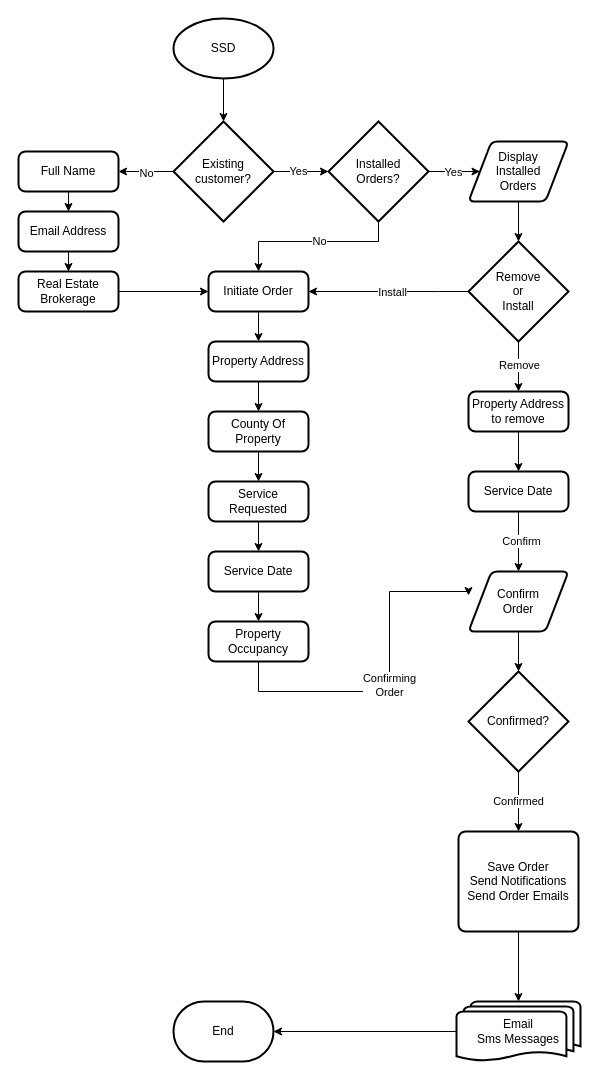
This is ssd.automated.sms.drawio from mjsterli/ssd, a draw.io file, before an edit. Source tidied: cells renumbered, new cells numbered last; positions are measured from the earlier drawing's top-left corner, leaving out a move shared by most shapes. Both pictures are drawn from the tidied source at 100%, with x=0, y=0 at pixel (18, 18).
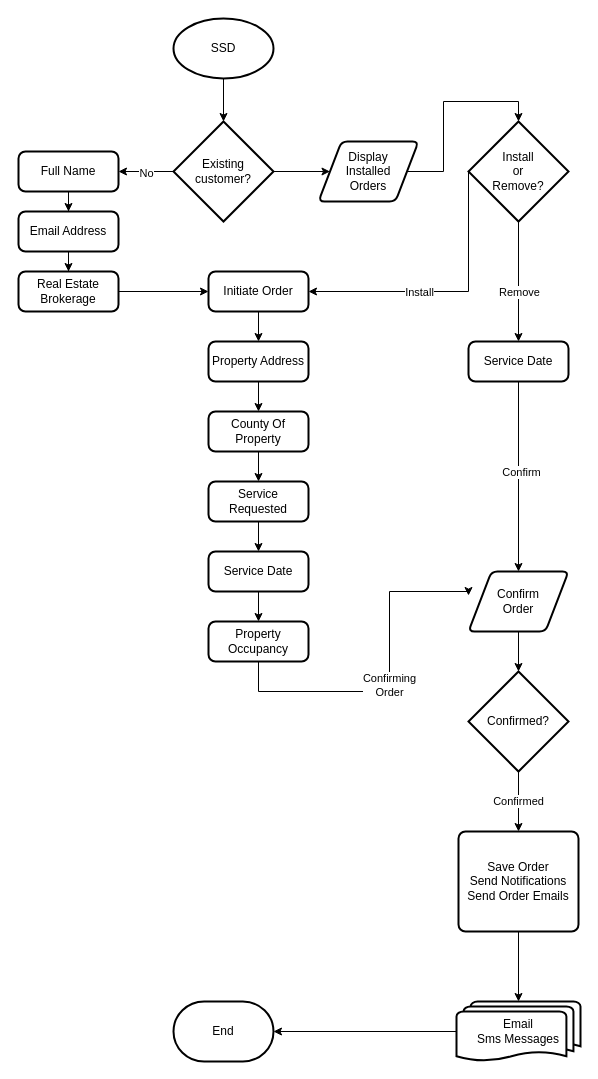
After the change.

The change refers to these unchanged cells:
```xml
<mxCell id="6" value="Existing customer?" style="strokeWidth=2;html=1;shape=mxgraph.flowchart.decision;whiteSpace=wrap;" parent="1" vertex="1">
  <mxGeometry x="155" y="103" width="100" height="100" as="geometry" />
</mxCell>
<mxCell id="34" value="Initiate Order" style="rounded=1;whiteSpace=wrap;html=1;absoluteArcSize=1;arcSize=14;strokeWidth=2;" parent="1" vertex="1">
  <mxGeometry x="190" y="253" width="100" height="40" as="geometry" />
</mxCell>
```

The edit, as a diff of the source:
```diff
@@
+    <mxCell id="54" style="edgeStyle=orthogonalEdgeStyle;rounded=0;jettySize=auto;html=1;" parent="1" edge="1" source="6" target="14">
+      <mxGeometry relative="1" as="geometry" />
+    </mxCell>
@@
-    <mxCell id="7" style="edgeStyle=orthogonalEdgeStyle;rounded=0;jettySize=auto;html=1;entryX=0;entryY=0.5;entryDx=0;entryDy=0;" parent="1" edge="1" source="11" target="14">
-      <mxGeometry relative="1" as="geometry" />
-    </mxCell>
-    <mxCell id="8" value="Yes" style="edgeLabel;html=1;align=center;verticalAlign=middle;" parent="7" vertex="1">
-      <mxGeometry x="-0.07" relative="1" as="geometry" />
-    </mxCell>
-    <mxCell id="9" style="edgeStyle=orthogonalEdgeStyle;rounded=0;jettySize=auto;html=1;entryX=0.5;entryY=0;entryDx=0;entryDy=0;" parent="1" edge="1" source="11" target="34">
-      <mxGeometry relative="1" as="geometry">
-        <Array as="points">
-          <mxPoint x="360" y="223" />
-          <mxPoint x="240" y="223" />
-        </Array>
-      </mxGeometry>
-    </mxCell>
-    <mxCell id="10" value="No" style="edgeLabel;html=1;align=center;verticalAlign=middle;" parent="9" vertex="1">
-      <mxGeometry x="-0.06" y="-1" relative="1" as="geometry" />
-    </mxCell>
+    <mxCell id="55" style="edgeStyle=orthogonalEdgeStyle;rounded=0;jettySize=auto;html=1;" parent="1" edge="1" source="11" target="49">
+      <mxGeometry relative="1" as="geometry" />
+    </mxCell>
+    <mxCell id="52" value="Remove" style="edgeLabel;html=1;align=center;verticalAlign=middle;" parent="55" vertex="1">
+      <mxGeometry x="-0.2" y="4" relative="1" as="geometry">
+        <mxPoint x="-4" y="22" as="offset" />
+      </mxGeometry>
+    </mxCell>
-    <mxCell id="11" value="Installed&lt;div&gt;Orders?&lt;/div&gt;" style="strokeWidth=2;html=1;shape=mxgraph.flowchart.decision;whiteSpace=wrap;" parent="1" vertex="1">
-      <mxGeometry x="310" y="103" width="100" height="100" as="geometry" />
+    <mxCell id="11" value="Install&lt;br&gt;or&lt;br&gt;Remove?" style="strokeWidth=2;html=1;shape=mxgraph.flowchart.decision;whiteSpace=wrap;" parent="1" vertex="1">
+      <mxGeometry x="450" y="103" width="100" height="100" as="geometry" />
     </mxCell>
-    <mxCell id="12" style="edgeStyle=orthogonalEdgeStyle;rounded=0;jettySize=auto;html=1;entryX=0;entryY=0.5;entryDx=0;entryDy=0;entryPerimeter=0;" parent="1" edge="1" source="6" target="11">
-      <mxGeometry relative="1" as="geometry" />
-    </mxCell>
-    <mxCell id="13" value="Yes" style="edgeLabel;html=1;align=center;verticalAlign=middle;" parent="12" vertex="1">
-      <mxGeometry x="-0.11" y="1" relative="1" as="geometry" />
-    </mxCell>
+    <mxCell id="56" style="edgeStyle=orthogonalEdgeStyle;rounded=0;jettySize=auto;html=1;entryX=0.5;entryY=0;entryDx=0;entryDy=0;entryPerimeter=0;" parent="1" edge="1" source="14" target="11">
+      <mxGeometry relative="1" as="geometry" />
+    </mxCell>
     <mxCell id="14" value="&lt;div&gt;Display&lt;/div&gt;Installed&lt;div&gt;Orders&lt;/div&gt;" style="shape=parallelogram;html=1;strokeWidth=2;perimeter=parallelogramPerimeter;whiteSpace=wrap;rounded=1;arcSize=12;size=0.23;" parent="1" vertex="1">
-      <mxGeometry x="450" y="123" width="100" height="60" as="geometry" />
+      <mxGeometry x="300" y="123" width="100" height="60" as="geometry" />
     </mxCell>
-    <mxCell id="15" style="edgeStyle=orthogonalEdgeStyle;rounded=0;jettySize=auto;html=1;entryX=1;entryY=0.5;entryDx=0;entryDy=0;exitX=0;exitY=0.5;exitDx=0;exitDy=0;exitPerimeter=0;" parent="1" edge="1" source="18" target="34">
+    <mxCell id="15" style="edgeStyle=orthogonalEdgeStyle;rounded=0;jettySize=auto;html=1;entryX=1;entryY=0.5;entryDx=0;entryDy=0;exitX=0;exitY=0.5;exitDx=0;exitDy=0;exitPerimeter=0;" parent="1" edge="1" source="11" target="34">
       <mxGeometry relative="1" as="geometry">
         <Array as="points">
-          <mxPoint x="420" y="273" />
-          <mxPoint x="420" y="273" />
+          <mxPoint x="450" y="273" />
         </Array>
       </mxGeometry>
     </mxCell>
     <mxCell id="16" value="Install" style="edgeLabel;html=1;align=center;verticalAlign=middle;" parent="15" vertex="1">
       <mxGeometry x="-0.04" y="4" relative="1" as="geometry">
-        <mxPoint y="-4" as="offset" />
+        <mxPoint x="-36" y="-4" as="offset" />
       </mxGeometry>
     </mxCell>
-    <mxCell id="17" style="edgeStyle=orthogonalEdgeStyle;rounded=0;jettySize=auto;html=1;entryX=0.5;entryY=0;entryDx=0;entryDy=0;" parent="1" edge="1" source="53" target="49">
-      <mxGeometry relative="1" as="geometry" />
-    </mxCell>
-    <mxCell id="18" value="Remove&lt;div&gt;or&lt;/div&gt;&lt;div&gt;Install&lt;/div&gt;" style="strokeWidth=2;html=1;shape=mxgraph.flowchart.decision;whiteSpace=wrap;" parent="1" vertex="1">
-      <mxGeometry x="450" y="223" width="100" height="100" as="geometry" />
-    </mxCell>
-    <mxCell id="19" style="edgeStyle=orthogonalEdgeStyle;rounded=0;jettySize=auto;html=1;entryX=0.5;entryY=0;entryDx=0;entryDy=0;entryPerimeter=0;" parent="1" edge="1" source="14" target="18">
-      <mxGeometry relative="1" as="geometry" />
-    </mxCell>
@@
     <mxCell id="49" value="Service Date" style="rounded=1;whiteSpace=wrap;html=1;absoluteArcSize=1;arcSize=14;strokeWidth=2;" parent="1" vertex="1">
-      <mxGeometry x="450" y="453" width="100" height="40" as="geometry" />
+      <mxGeometry x="450" y="323" width="100" height="40" as="geometry" />
     </mxCell>
@@
-    <mxCell id="51" style="edgeStyle=orthogonalEdgeStyle;rounded=0;jettySize=auto;html=1;entryX=0.5;entryY=0;entryDx=0;entryDy=0;" parent="1" edge="1" source="18" target="53">
-      <mxGeometry relative="1" as="geometry" />
-    </mxCell>
-    <mxCell id="52" value="Remove" style="edgeLabel;html=1;align=center;verticalAlign=middle;" parent="51" vertex="1">
-      <mxGeometry x="-0.07" relative="1" as="geometry" />
-    </mxCell>
-    <mxCell id="53" value="Property Address&lt;div&gt;to remove&lt;/div&gt;" style="rounded=1;whiteSpace=wrap;html=1;absoluteArcSize=1;arcSize=14;strokeWidth=2;" parent="1" vertex="1">
-      <mxGeometry x="450" y="373" width="100" height="40" as="geometry" />
-    </mxCell>
```
